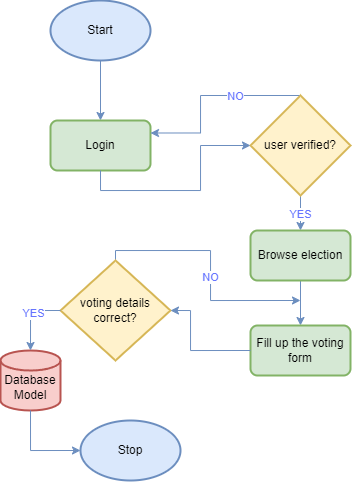
Earlier version of the draw.io export deliverables/assets/flowchart/req1storevote.png (WSU-cshimizu/ceg4110-group-project-code-crafters). Source tidied: cells renumbered, new cells last; positions are measured from the earlier drawing's top-left corner, leaving out a move shared by most shapes.
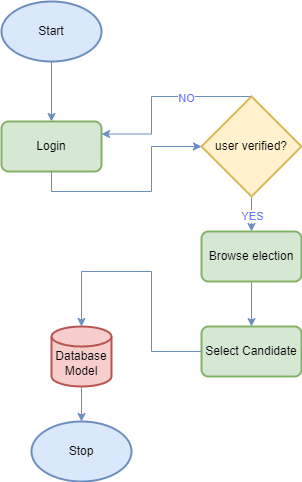
The same diagram one commit later.

The edit, as a diff of the source:
```diff
@@ -46,47 +46,25 @@
     <mxCell id="12" value="Browse election" style="rounded=1;whiteSpace=wrap;html=1;absoluteArcSize=1;arcSize=14;strokeWidth=2;fillColor=#d5e8d4;strokeColor=#82b366;" parent="1" vertex="1">
       <mxGeometry x="250" y="230" width="100" height="50" as="geometry" />
     </mxCell>
-    <mxCell id="13" value="Fill up the voting form" style="rounded=1;whiteSpace=wrap;html=1;absoluteArcSize=1;arcSize=14;strokeWidth=2;fillColor=#d5e8d4;strokeColor=#82b366;" parent="1" vertex="1">
+    <mxCell id="13" value="Select Candidate" style="rounded=1;whiteSpace=wrap;html=1;absoluteArcSize=1;arcSize=14;strokeWidth=2;fillColor=#d5e8d4;strokeColor=#82b366;" parent="1" vertex="1">
       <mxGeometry x="250" y="325" width="100" height="50" as="geometry" />
     </mxCell>
-    <mxCell id="14" style="edgeStyle=orthogonalEdgeStyle;rounded=0;jettySize=auto;html=1;exitX=0.518;exitY=0.029;exitDx=0;exitDy=0;exitPerimeter=0;fillColor=#dae8fc;strokeColor=#6c8ebf;" parent="1" edge="1" source="16">
-      <mxGeometry relative="1" as="geometry">
-        <mxPoint x="300" y="300" as="targetPoint" />
-        <Array as="points">
-          <mxPoint x="115" y="263" />
-          <mxPoint x="115" y="250" />
-          <mxPoint x="210" y="250" />
-          <mxPoint x="210" y="300" />
-        </Array>
-      </mxGeometry>
-    </mxCell>
-    <mxCell id="15" value="&lt;font color=&quot;#6675ff&quot;&gt;NO&lt;/font&gt;" style="edgeLabel;html=1;align=center;verticalAlign=middle;" parent="14" vertex="1">
-      <mxGeometry x="0.09" relative="1" as="geometry" />
-    </mxCell>
-    <mxCell id="16" value="voting details correct?" style="strokeWidth=2;html=1;shape=mxgraph.flowchart.decision;whiteSpace=wrap;fillColor=#fff2cc;strokeColor=#d6b656;" parent="1" vertex="1">
-      <mxGeometry x="60" y="260" width="110" height="100" as="geometry" />
-    </mxCell>
-    <mxCell id="17" style="edgeStyle=orthogonalEdgeStyle;rounded=0;jettySize=auto;html=1;exitX=0;exitY=0.5;exitDx=0;exitDy=0;entryX=1;entryY=0.5;entryDx=0;entryDy=0;entryPerimeter=0;fillColor=#dae8fc;strokeColor=#6c8ebf;" parent="1" edge="1" source="13" target="16">
+    <mxCell id="17" style="edgeStyle=orthogonalEdgeStyle;rounded=0;jettySize=auto;html=1;exitX=0;exitY=0.5;exitDx=0;exitDy=0;entryX=0.5;entryY=0;entryDx=0;entryDy=0;fillColor=#dae8fc;strokeColor=#6c8ebf;entryPerimeter=0;" parent="1" edge="1" source="13" target="18">
       <mxGeometry relative="1" as="geometry">
         <Array as="points">
-          <mxPoint x="190" y="350" />
-          <mxPoint x="190" y="310" />
+          <mxPoint x="200" y="350" />
+          <mxPoint x="200" y="270" />
+          <mxPoint x="130" y="270" />
         </Array>
       </mxGeometry>
     </mxCell>
     <mxCell id="18" value="&lt;div&gt;&lt;br&gt;&lt;/div&gt;Database&lt;div&gt;Model&lt;/div&gt;" style="strokeWidth=2;html=1;shape=mxgraph.flowchart.database;whiteSpace=wrap;fillColor=#f8cecc;strokeColor=#b85450;" parent="1" vertex="1">
-      <mxGeometry y="350" width="60" height="60" as="geometry" />
+      <mxGeometry x="100" y="325" width="60" height="60" as="geometry" />
     </mxCell>
-    <mxCell id="19" style="edgeStyle=orthogonalEdgeStyle;rounded=0;jettySize=auto;html=1;exitX=0;exitY=0.5;exitDx=0;exitDy=0;exitPerimeter=0;entryX=0.5;entryY=0;entryDx=0;entryDy=0;entryPerimeter=0;fillColor=#dae8fc;strokeColor=#6c8ebf;" parent="1" edge="1" source="16" target="18">
-      <mxGeometry relative="1" as="geometry" />
-    </mxCell>
-    <mxCell id="20" value="&lt;font&gt;YES&lt;/font&gt;" style="edgeLabel;html=1;align=center;verticalAlign=middle;fontColor=#6675FF;" parent="19" vertex="1">
-      <mxGeometry x="-0.05" y="3" relative="1" as="geometry" />
-    </mxCell>
     <mxCell id="21" value="Stop" style="strokeWidth=2;html=1;shape=mxgraph.flowchart.start_1;whiteSpace=wrap;fillColor=#dae8fc;strokeColor=#6c8ebf;" parent="1" vertex="1">
       <mxGeometry x="80" y="420" width="100" height="60" as="geometry" />
     </mxCell>
-    <mxCell id="22" style="edgeStyle=orthogonalEdgeStyle;rounded=0;jettySize=auto;html=1;exitX=0.5;exitY=1;exitDx=0;exitDy=0;exitPerimeter=0;entryX=0;entryY=0.5;entryDx=0;entryDy=0;entryPerimeter=0;fillColor=#dae8fc;strokeColor=#6c8ebf;" parent="1" edge="1" source="18" target="21">
+    <mxCell id="22" style="edgeStyle=orthogonalEdgeStyle;rounded=0;jettySize=auto;html=1;exitX=0.5;exitY=1;exitDx=0;exitDy=0;exitPerimeter=0;entryX=0.5;entryY=0;entryDx=0;entryDy=0;entryPerimeter=0;fillColor=#dae8fc;strokeColor=#6c8ebf;" parent="1" edge="1" source="18" target="21">
       <mxGeometry relative="1" as="geometry" />
     </mxCell>
   </root>
```
